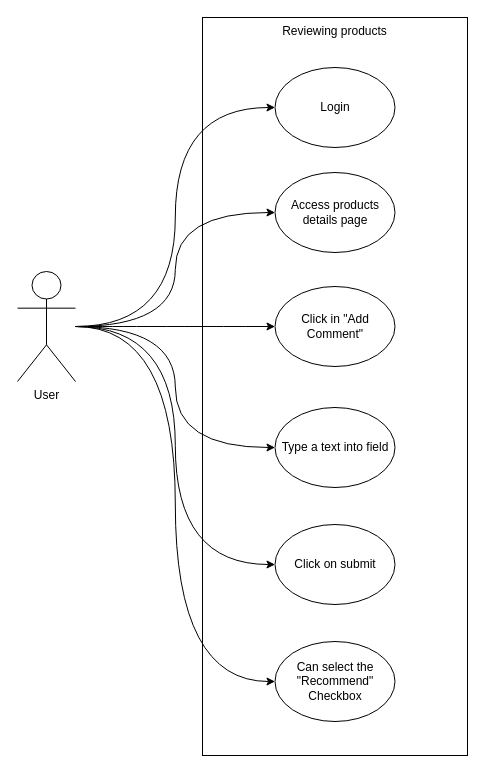
Before: page "uc.recommend.product" (7 of 7) of architecture/latency-afficionados/01.overall.architecture.drawio in codegik/pocs, a draw.io diagram. Source tidied: cells renumbered, new cells numbered last; positions are measured from the earlier drawing's top-left corner, leaving out a move shared by most shapes. Both pictures are drawn from the tidied source at 100%, with x=0, y=0 at pixel (17, 17).
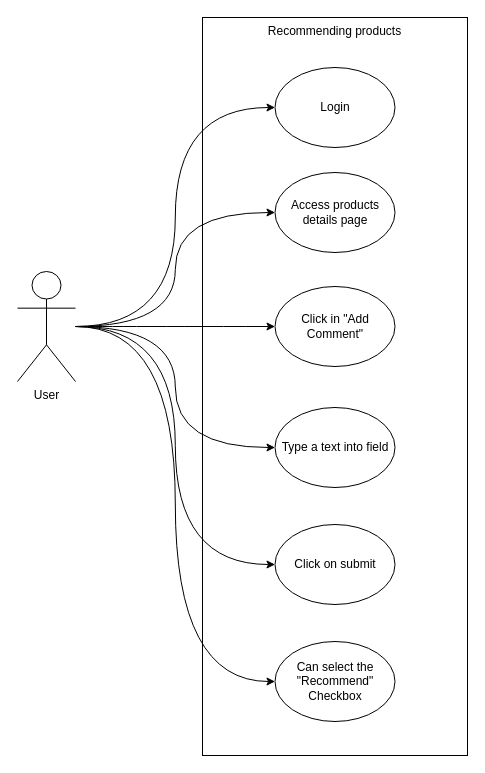
The same page after the edit.

What changed in the source:
```diff
@@
 <mxGraphModel>
   <root>
     <mxCell id="0" />
     <mxCell id="1" parent="0" />
-    <mxCell id="2" value="Reviewing products" style="rounded=0;whiteSpace=wrap;html=1;verticalAlign=top;" parent="1" vertex="1">
+    <mxCell id="2" value="Recommending products" style="rounded=0;whiteSpace=wrap;html=1;verticalAlign=top;" parent="1" vertex="1">
       <mxGeometry x="185" width="265" height="738" as="geometry" />
     </mxCell>
     <mxCell id="3" style="edgeStyle=orthogonalEdgeStyle;rounded=0;jettySize=auto;html=1;entryX=0;entryY=0.5;entryDx=0;entryDy=0;curved=1;" parent="1" edge="1" source="4" target="5">
       <mxGeometry relative="1" as="geometry" />
     </mxCell>
     <mxCell id="4" value="User" style="shape=umlActor;verticalLabelPosition=bottom;verticalAlign=top;html=1;outlineConnect=0;" parent="1" vertex="1">
       <mxGeometry y="254" width="58" height="110" as="geometry" />
     </mxCell>
     <mxCell id="5" value="Login" style="ellipse;whiteSpace=wrap;html=1;" parent="1" vertex="1">
       <mxGeometry x="257.5" y="50" width="120" height="80" as="geometry" />
     </mxCell>
     <mxCell id="6" value="Access products details page" style="ellipse;whiteSpace=wrap;html=1;" parent="1" vertex="1">
       <mxGeometry x="257.5" y="155" width="120" height="80" as="geometry" />
     </mxCell>
     <mxCell id="7" value="Click in &quot;Add Comment&quot;" style="ellipse;whiteSpace=wrap;html=1;" parent="1" vertex="1">
       <mxGeometry x="257.5" y="269" width="120" height="80" as="geometry" />
     </mxCell>
     <mxCell id="8" value="Type a text into field" style="ellipse;whiteSpace=wrap;html=1;" parent="1" vertex="1">
       <mxGeometry x="257.5" y="390" width="120" height="80" as="geometry" />
     </mxCell>
     <mxCell id="9" value="Click on submit" style="ellipse;whiteSpace=wrap;html=1;" parent="1" vertex="1">
       <mxGeometry x="257.5" y="507" width="120" height="80" as="geometry" />
     </mxCell>
     <mxCell id="10" style="edgeStyle=orthogonalEdgeStyle;rounded=0;jettySize=auto;html=1;entryX=0;entryY=0.5;entryDx=0;entryDy=0;curved=1;" parent="1" edge="1" source="4" target="6">
       <mxGeometry relative="1" as="geometry" />
     </mxCell>
     <mxCell id="11" style="edgeStyle=orthogonalEdgeStyle;rounded=0;jettySize=auto;html=1;entryX=0;entryY=0.5;entryDx=0;entryDy=0;curved=1;" parent="1" edge="1" source="4" target="7">
       <mxGeometry relative="1" as="geometry" />
     </mxCell>
     <mxCell id="12" style="edgeStyle=orthogonalEdgeStyle;rounded=0;jettySize=auto;html=1;entryX=0;entryY=0.5;entryDx=0;entryDy=0;curved=1;" parent="1" edge="1" source="4" target="8">
       <mxGeometry relative="1" as="geometry" />
     </mxCell>
     <mxCell id="13" style="edgeStyle=orthogonalEdgeStyle;rounded=0;jettySize=auto;html=1;entryX=0;entryY=0.5;entryDx=0;entryDy=0;curved=1;" parent="1" edge="1" source="4" target="9">
       <mxGeometry relative="1" as="geometry" />
     </mxCell>
     <mxCell id="14" value="Can select the &quot;Recommend&quot; Checkbox" style="ellipse;whiteSpace=wrap;html=1;" parent="1" vertex="1">
       <mxGeometry x="257.5" y="624" width="120" height="80" as="geometry" />
     </mxCell>
     <mxCell id="15" style="edgeStyle=orthogonalEdgeStyle;rounded=0;jettySize=auto;html=1;entryX=0;entryY=0.5;entryDx=0;entryDy=0;curved=1;" parent="1" edge="1" source="4" target="14">
       <mxGeometry relative="1" as="geometry" />
     </mxCell>
   </root>
 </mxGraphModel>
```
